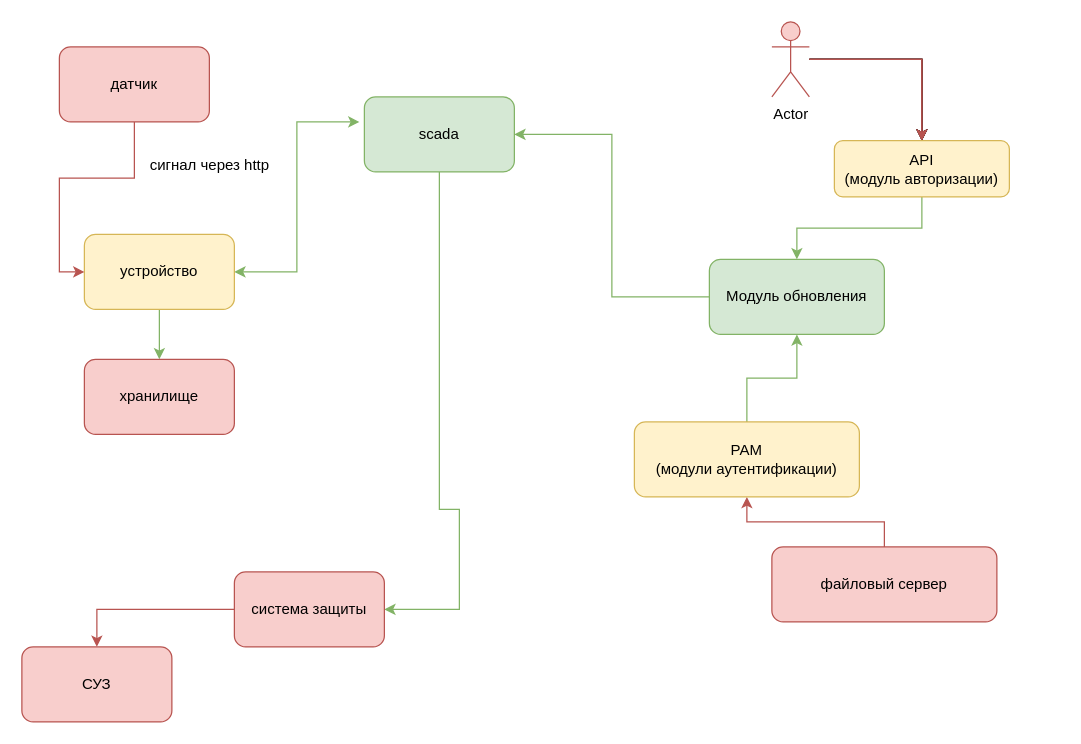
The draw.io diagram dfd.drawio in Liraslava/hacatonKiberImyn, before the edit. Source tidied: cells renumbered, new cells numbered last; positions are measured from the earlier drawing's top-left corner, leaving out a move shared by most shapes. Both pictures are drawn from the tidied source at 125%, with x=0, y=0 at pixel (21, 21).
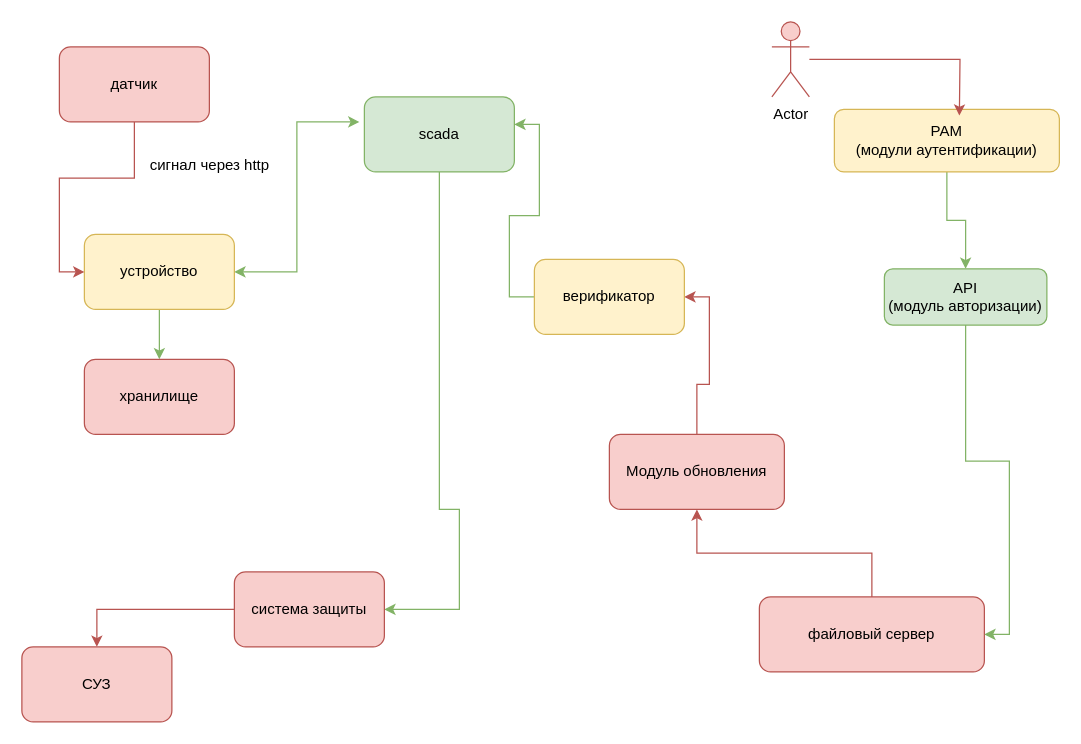
After the change.

Unchanged cells that the change refers to:
```xml
<mxCell id="8" value="scada" style="rounded=1;whiteSpace=wrap;html=1;fillColor=#d5e8d4;strokeColor=#82b366;" parent="1" vertex="1">
  <mxGeometry x="274" y="60" width="120" height="60" as="geometry" />
</mxCell>
<mxCell id="26" value="Actor" style="shape=umlActor;verticalLabelPosition=bottom;verticalAlign=top;html=1;outlineConnect=0;fillColor=#f8cecc;strokeColor=#b85450;" parent="1" vertex="1">
  <mxGeometry x="600" width="30" height="60" as="geometry" />
</mxCell>
```

The edit, as a diff of the source:
```diff
@@
-    <mxCell id="9" style="edgeStyle=orthogonalEdgeStyle;rounded=0;jettySize=auto;html=1;fillColor=#f8cecc;strokeColor=#b85450;" parent="1" edge="1" source="10" target="12">
-      <mxGeometry relative="1" as="geometry" />
-    </mxCell>
+    <mxCell id="29" style="edgeStyle=orthogonalEdgeStyle;rounded=0;jettySize=auto;html=1;entryX=0.5;entryY=1;entryDx=0;entryDy=0;fillColor=#f8cecc;strokeColor=#b85450;" parent="1" edge="1" source="10" target="14">
+      <mxGeometry relative="1" as="geometry" />
+    </mxCell>
     <mxCell id="10" value="файловый сервер" style="rounded=1;whiteSpace=wrap;html=1;fillColor=#f8cecc;strokeColor=#b85450;" parent="1" vertex="1">
-      <mxGeometry x="600" y="420" width="180" height="60" as="geometry" />
+      <mxGeometry x="590" y="460" width="180" height="60" as="geometry" />
     </mxCell>
-    <mxCell id="11" style="edgeStyle=orthogonalEdgeStyle;rounded=0;jettySize=auto;html=1;entryX=0.5;entryY=1;entryDx=0;entryDy=0;fillColor=#d5e8d4;strokeColor=#82b366;" parent="1" edge="1" source="12" target="14">
-      <mxGeometry relative="1" as="geometry" />
-    </mxCell>
+    <mxCell id="30" style="edgeStyle=orthogonalEdgeStyle;rounded=0;jettySize=auto;html=1;fillColor=#d5e8d4;strokeColor=#82b366;" parent="1" edge="1" source="12" target="28">
+      <mxGeometry relative="1" as="geometry" />
+    </mxCell>
     <mxCell id="12" value="PAM&lt;br&gt;(модули аутентификации)" style="rounded=1;whiteSpace=wrap;html=1;fillColor=#fff2cc;strokeColor=#d6b656;" parent="1" vertex="1">
-      <mxGeometry x="490" y="320" width="180" height="60" as="geometry" />
+      <mxGeometry x="650" y="70" width="180" height="50" as="geometry" />
     </mxCell>
-    <mxCell id="13" style="edgeStyle=orthogonalEdgeStyle;rounded=0;jettySize=auto;html=1;entryX=1;entryY=0.5;entryDx=0;entryDy=0;fillColor=#d5e8d4;strokeColor=#82b366;" parent="1" edge="1" source="14" target="8">
-      <mxGeometry relative="1" as="geometry" />
-    </mxCell>
+    <mxCell id="31" style="edgeStyle=orthogonalEdgeStyle;rounded=0;jettySize=auto;html=1;entryX=1;entryY=0.5;entryDx=0;entryDy=0;fillColor=#f8cecc;strokeColor=#b85450;" parent="1" edge="1" source="14" target="34">
+      <mxGeometry relative="1" as="geometry" />
+    </mxCell>
-    <mxCell id="14" value="Модуль обновления" style="rounded=1;whiteSpace=wrap;html=1;fillColor=#d5e8d4;strokeColor=#82b366;" parent="1" vertex="1">
-      <mxGeometry x="550" y="190" width="140" height="60" as="geometry" />
+    <mxCell id="14" value="Модуль обновления" style="rounded=1;whiteSpace=wrap;html=1;fillColor=#f8cecc;strokeColor=#b85450;" parent="1" vertex="1">
+      <mxGeometry x="470" y="330" width="140" height="60" as="geometry" />
     </mxCell>
@@
-    <mxCell id="20" style="edgeStyle=orthogonalEdgeStyle;rounded=0;jettySize=auto;html=1;entryX=0.5;entryY=0;entryDx=0;entryDy=0;fillColor=#f8cecc;strokeColor=#b85450;" parent="1" edge="1" source="26" target="28">
-      <mxGeometry relative="1" as="geometry" />
+    <mxCell id="20" style="edgeStyle=orthogonalEdgeStyle;rounded=0;jettySize=auto;html=1;entryX=0.5;entryY=0;entryDx=0;entryDy=0;fillColor=#f8cecc;strokeColor=#b85450;" parent="1" edge="1" source="26">
+      <mxGeometry relative="1" as="geometry">
+        <mxPoint x="750" y="75" as="targetPoint" />
+      </mxGeometry>
     </mxCell>
-    <mxCell id="21" style="edgeStyle=orthogonalEdgeStyle;rounded=0;jettySize=auto;html=1;" parent="1" edge="1" source="26" target="28">
-      <mxGeometry relative="1" as="geometry" />
-    </mxCell>
-    <mxCell id="22" style="edgeStyle=orthogonalEdgeStyle;rounded=0;jettySize=auto;html=1;" parent="1" edge="1" source="26" target="28">
-      <mxGeometry relative="1" as="geometry" />
-    </mxCell>
-    <mxCell id="23" style="edgeStyle=orthogonalEdgeStyle;rounded=0;jettySize=auto;html=1;" parent="1" edge="1" source="26" target="28">
-      <mxGeometry relative="1" as="geometry" />
-    </mxCell>
-    <mxCell id="24" style="edgeStyle=orthogonalEdgeStyle;rounded=0;jettySize=auto;html=1;fillColor=#f8cecc;strokeColor=#b85450;" parent="1" edge="1" source="26" target="28">
-      <mxGeometry relative="1" as="geometry" />
-    </mxCell>
-    <mxCell id="25" style="edgeStyle=orthogonalEdgeStyle;rounded=0;jettySize=auto;html=1;fillColor=#f8cecc;strokeColor=#b85450;" parent="1" edge="1" source="26" target="28">
-      <mxGeometry relative="1" as="geometry" />
-    </mxCell>
@@
-    <mxCell id="27" style="edgeStyle=orthogonalEdgeStyle;rounded=0;jettySize=auto;html=1;entryX=0.5;entryY=0;entryDx=0;entryDy=0;fillColor=#d5e8d4;strokeColor=#82b366;" parent="1" edge="1" source="28" target="14">
-      <mxGeometry relative="1" as="geometry" />
-    </mxCell>
+    <mxCell id="32" style="edgeStyle=orthogonalEdgeStyle;rounded=0;jettySize=auto;html=1;entryX=1;entryY=0.5;entryDx=0;entryDy=0;fillColor=#d5e8d4;strokeColor=#82b366;" parent="1" edge="1" source="28" target="10">
+      <mxGeometry relative="1" as="geometry" />
+    </mxCell>
-    <mxCell id="28" value="API&lt;br&gt;(модуль авторизации)" style="rounded=1;whiteSpace=wrap;html=1;fillColor=#fff2cc;strokeColor=#d6b656;" parent="1" vertex="1">
-      <mxGeometry x="650" y="95" width="140" height="45" as="geometry" />
+    <mxCell id="28" value="API&lt;br&gt;(модуль авторизации)" style="rounded=1;whiteSpace=wrap;html=1;fillColor=#d5e8d4;strokeColor=#82b366;" parent="1" vertex="1">
+      <mxGeometry x="690" y="197.5" width="130" height="45" as="geometry" />
     </mxCell>
+    <mxCell id="33" style="edgeStyle=orthogonalEdgeStyle;rounded=0;jettySize=auto;html=1;entryX=1;entryY=0.367;entryDx=0;entryDy=0;entryPerimeter=0;fillColor=#d5e8d4;strokeColor=#82b366;" parent="1" edge="1" source="34" target="8">
+      <mxGeometry relative="1" as="geometry" />
+    </mxCell>
+    <mxCell id="34" value="верификатор" style="rounded=1;whiteSpace=wrap;html=1;fillColor=#fff2cc;strokeColor=#d6b656;" parent="1" vertex="1">
+      <mxGeometry x="410" y="190" width="120" height="60" as="geometry" />
+    </mxCell>
```
